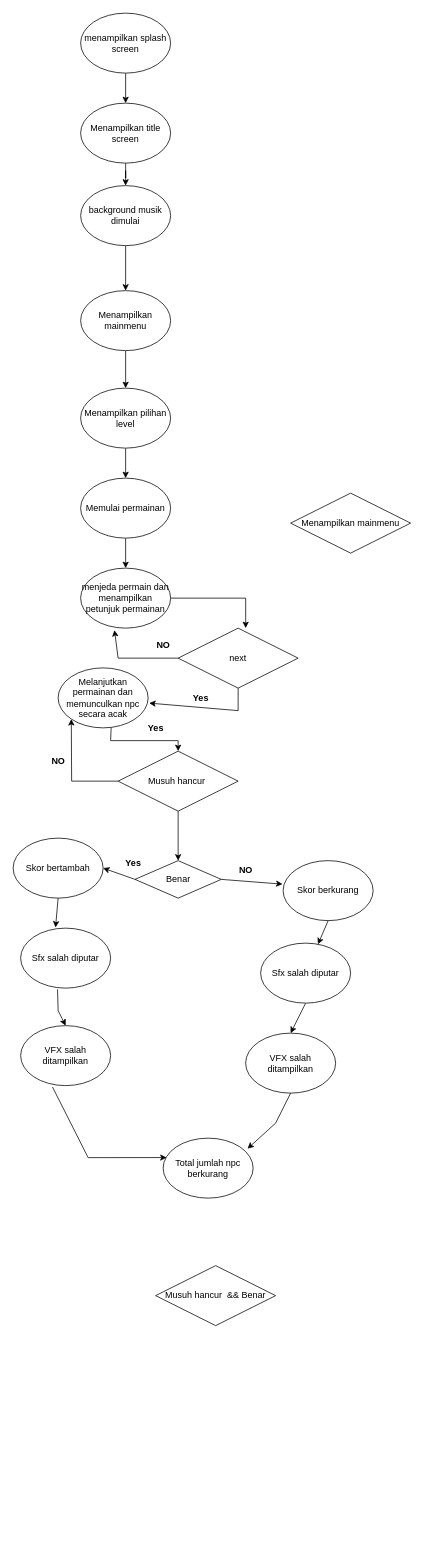
This is Untitled Diagram.drawio from irfanshow/UML, a draw.io file, before an edit. Source tidied: cells renumbered, new cells numbered last; positions are measured from the earlier drawing's top-left corner, leaving out a move shared by most shapes. Both pictures are drawn from the tidied source at 75%, with x=0, y=0 at pixel (13, 13).
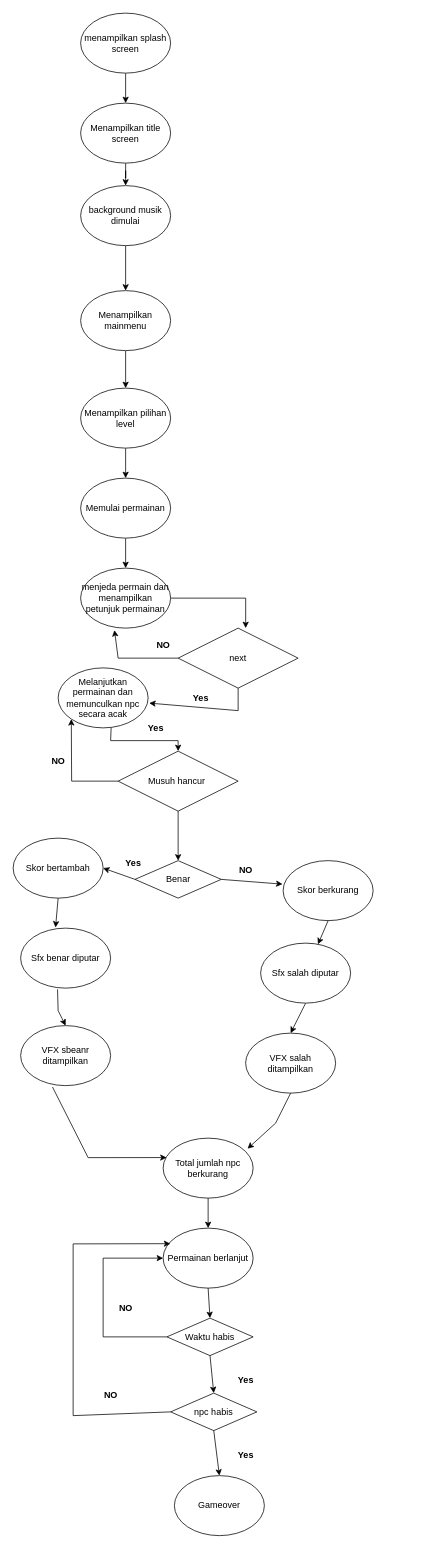
Above is the later version.

Unchanged cells that the change refers to:
```xml
<mxCell id="17" value="Total jumlah npc berkurang" style="ellipse;whiteSpace=wrap;html=1;" parent="1" vertex="1">
  <mxGeometry x="200" y="1500" width="120" height="80" as="geometry" />
</mxCell>
```

What changed in the source:
```diff
@@
-    <mxCell id="2" value="Menampilkan mainmenu" style="rhombus;whiteSpace=wrap;html=1;" parent="1" vertex="1">
-      <mxGeometry x="370" y="640" width="160" height="80" as="geometry" />
-    </mxCell>
@@
-    <mxCell id="36" value="VFX salah ditampilkan" style="ellipse;whiteSpace=wrap;html=1;" parent="1" vertex="1">
+    <mxCell id="36" value="VFX sbeanr ditampilkan" style="ellipse;whiteSpace=wrap;html=1;" parent="1" vertex="1">
       <mxGeometry x="10" y="1350" width="120" height="80" as="geometry" />
     </mxCell>
-    <mxCell id="37" value="Sfx salah diputar" style="ellipse;whiteSpace=wrap;html=1;" parent="1" vertex="1">
+    <mxCell id="37" value="Sfx benar diputar" style="ellipse;whiteSpace=wrap;html=1;" parent="1" vertex="1">
       <mxGeometry x="10" y="1220" width="120" height="80" as="geometry" />
     </mxCell>
@@
-    <mxCell id="40" value="Musuh hancur&amp;nbsp; &amp;amp;&amp;amp; Benar" style="rhombus;whiteSpace=wrap;html=1;" parent="1" vertex="1">
-      <mxGeometry x="190" y="1670" width="160" height="80" as="geometry" />
-    </mxCell>
@@
+    <mxCell id="48" value="Permainan berlanjut" style="ellipse;whiteSpace=wrap;html=1;" parent="1" vertex="1">
+      <mxGeometry x="200" y="1620" width="120" height="80" as="geometry" />
+    </mxCell>
+    <mxCell id="49" style="endArrow=classic;html=1;rounded=0;entryX=0.5;entryY=0;entryDx=0;entryDy=0;exitX=0.5;exitY=1;exitDx=0;exitDy=0;" parent="1" edge="1" source="17" target="48">
+      <mxGeometry relative="1" as="geometry" />
+    </mxCell>
+    <mxCell id="50" value="Waktu habis" style="rhombus;whiteSpace=wrap;html=1;" parent="1" vertex="1">
+      <mxGeometry x="205" y="1740" width="115" height="50" as="geometry" />
+    </mxCell>
+    <mxCell id="51" value="npc habis" style="rhombus;whiteSpace=wrap;html=1;" parent="1" vertex="1">
+      <mxGeometry x="210" y="1840" width="115" height="50" as="geometry" />
+    </mxCell>
+    <mxCell id="52" style="endArrow=classic;html=1;rounded=0;entryX=0.5;entryY=0;entryDx=0;entryDy=0;exitX=0.5;exitY=1;exitDx=0;exitDy=0;" parent="1" edge="1" source="48" target="50">
+      <mxGeometry relative="1" as="geometry" />
+    </mxCell>
+    <mxCell id="53" style="endArrow=classic;html=1;rounded=0;entryX=0.5;entryY=0;entryDx=0;entryDy=0;exitX=0.5;exitY=1;exitDx=0;exitDy=0;" parent="1" edge="1" source="50" target="51">
+      <mxGeometry relative="1" as="geometry" />
+    </mxCell>
+    <mxCell id="54" value="Gameover" style="ellipse;whiteSpace=wrap;html=1;" parent="1" vertex="1">
+      <mxGeometry x="215" y="1950" width="120" height="80" as="geometry" />
+    </mxCell>
+    <mxCell id="55" style="endArrow=classic;html=1;rounded=0;entryX=0.5;entryY=0;entryDx=0;entryDy=0;exitX=0.5;exitY=1;exitDx=0;exitDy=0;" parent="1" edge="1" source="51" target="54">
+      <mxGeometry relative="1" as="geometry" />
+    </mxCell>
+    <mxCell id="56" value="Yes" style="text;align=center;fontStyle=1;verticalAlign=middle;spacingLeft=3;spacingRight=3;strokeColor=none;html=1;" parent="1" vertex="1">
+      <mxGeometry x="270" y="1810" width="80" height="26" as="geometry" />
+    </mxCell>
+    <mxCell id="57" value="Yes" style="text;align=center;fontStyle=1;verticalAlign=middle;spacingLeft=3;spacingRight=3;strokeColor=none;html=1;" parent="1" vertex="1">
+      <mxGeometry x="270" y="1910" width="80" height="26" as="geometry" />
+    </mxCell>
+    <mxCell id="58" value="NO" style="text;align=center;fontStyle=1;verticalAlign=middle;spacingLeft=3;spacingRight=3;strokeColor=none;html=1;" parent="1" vertex="1">
+      <mxGeometry x="110" y="1714" width="80" height="26" as="geometry" />
+    </mxCell>
+    <mxCell id="59" style="endArrow=classic;html=1;rounded=0;exitX=0;exitY=0.5;exitDx=0;exitDy=0;entryX=0;entryY=0.5;entryDx=0;entryDy=0;" parent="1" edge="1" source="50" target="48">
+      <mxGeometry relative="1" as="geometry">
+        <Array as="points">
+          <mxPoint x="120" y="1765" />
+          <mxPoint x="120" y="1660" />
+        </Array>
+      </mxGeometry>
+    </mxCell>
+    <mxCell id="60" style="endArrow=classic;html=1;rounded=0;exitX=0;exitY=0.5;exitDx=0;exitDy=0;entryX=0.08;entryY=0.259;entryDx=0;entryDy=0;entryPerimeter=0;" parent="1" edge="1" source="51" target="48">
+      <mxGeometry relative="1" as="geometry">
+        <Array as="points">
+          <mxPoint x="80" y="1870" />
+          <mxPoint x="80" y="1641" />
+        </Array>
+      </mxGeometry>
+    </mxCell>
+    <mxCell id="61" value="NO" style="text;align=center;fontStyle=1;verticalAlign=middle;spacingLeft=3;spacingRight=3;strokeColor=none;html=1;" parent="1" vertex="1">
+      <mxGeometry x="90" y="1830" width="80" height="26" as="geometry" />
+    </mxCell>
```
